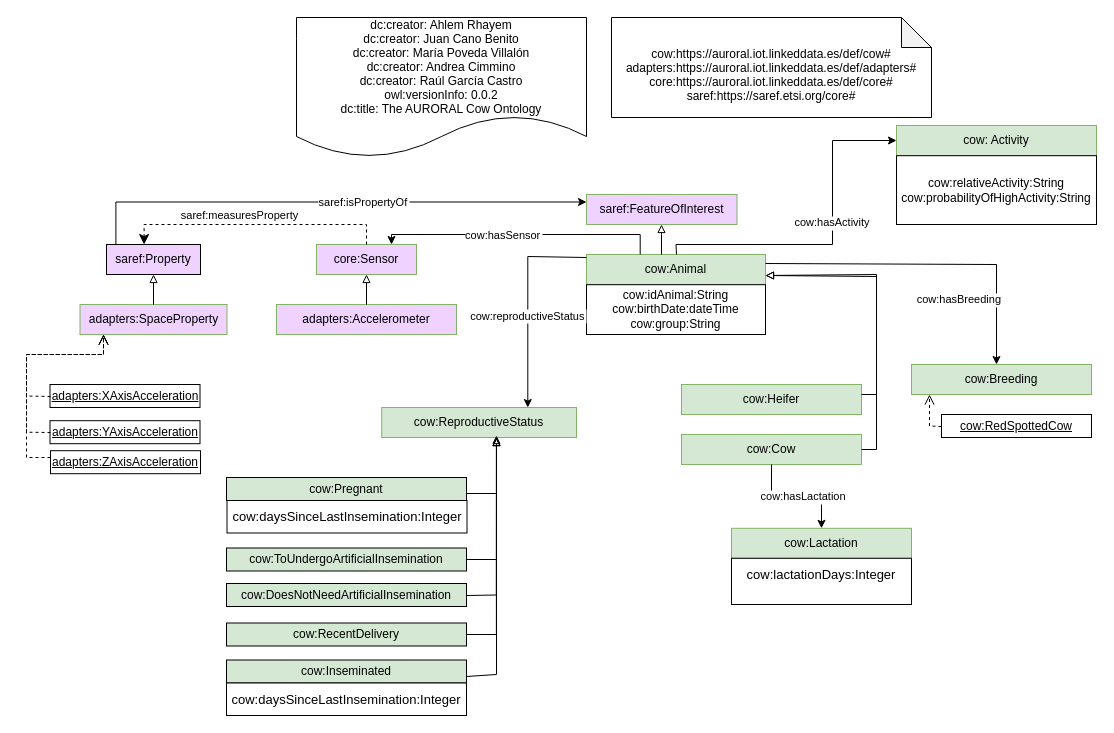
The draw.io diagram Diagram/CowItaly.drawio in oeg-upm/auroral-cow-ontology, before the edit. Source tidied: cells renumbered, new cells numbered last; positions are measured from the earlier drawing's top-left corner, leaving out a move shared by most shapes. Both pictures are drawn from the tidied source at 100%, with x=0, y=0 at pixel (26, 17).
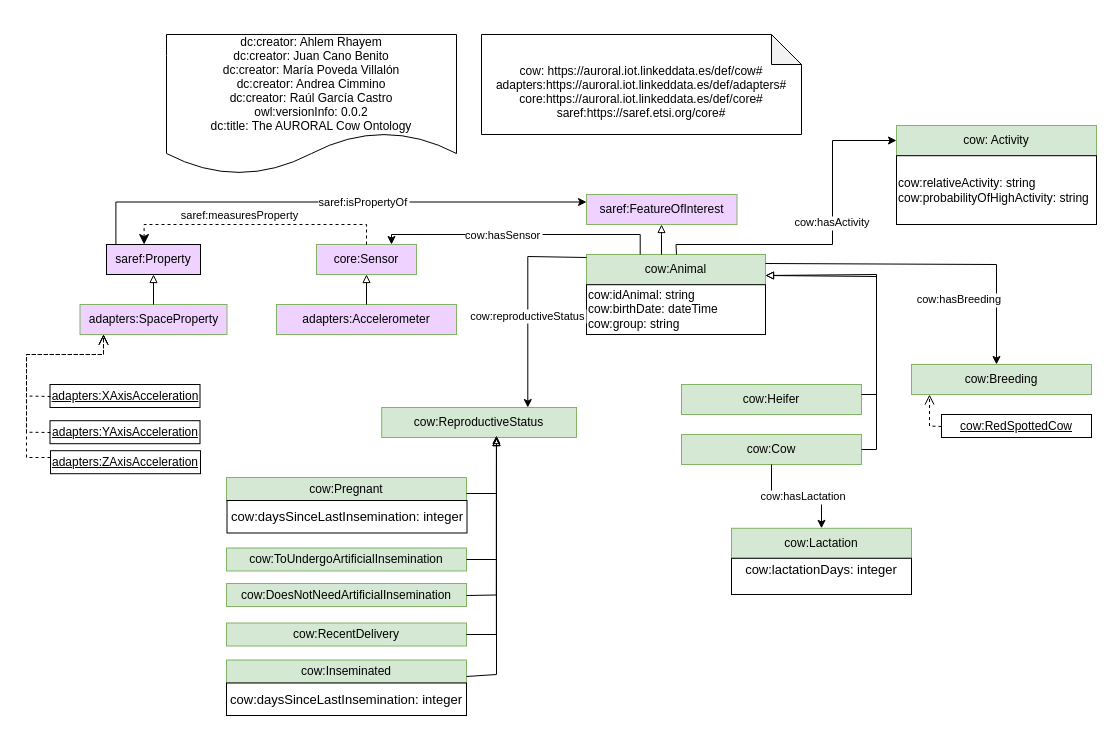
After the change.

What changed in the source:
```diff
@@
     <mxCell id="2" value="dc:creator: Ahlem Rhayem&#10;dc:creator: Juan Cano Benito&#10;dc:creator: María Poveda Villalón&#10;dc:creator: Andrea Cimmino&#10;dc:creator: Raúl García Castro&#10;owl:versionInfo: 0.0.2&#10;dc:title: The AURORAL Cow Ontology" style="shape=document;boundedLbl=1;" parent="1" vertex="1">
-      <mxGeometry x="270" width="290" height="140" as="geometry" />
+      <mxGeometry x="140" y="17" width="290" height="140" as="geometry" />
     </mxCell>
-    <mxCell id="3" value="&#10;cow:https://auroral.iot.linkeddata.es/def/cow#&#10;adapters:https://auroral.iot.linkeddata.es/def/adapters#&#10;core:https://auroral.iot.linkeddata.es/def/core#&#10;saref:https://saref.etsi.org/core#" style="shape=note;backgroundOutline=1;darkOpacity=0.05;" parent="1" vertex="1">
-      <mxGeometry x="585" width="320" height="100" as="geometry" />
+    <mxCell id="3" value="&#10;cow: https://auroral.iot.linkeddata.es/def/cow#&#10;adapters:https://auroral.iot.linkeddata.es/def/adapters#&#10;core:https://auroral.iot.linkeddata.es/def/core#&#10;saref:https://saref.etsi.org/core#" style="shape=note;backgroundOutline=1;darkOpacity=0.05;" parent="1" vertex="1">
+      <mxGeometry x="455" y="17" width="320" height="100" as="geometry" />
     </mxCell>
@@
-    <mxCell id="21" value="cow:idAnimal:String&lt;br&gt;cow:birthDate:dateTime&lt;br&gt;cow:group:String" style="rounded=0;whiteSpace=wrap;html=1;" parent="1" vertex="1">
+    <mxCell id="21" value="cow:idAnimal: string&lt;br&gt;cow:birthDate: dateTime&lt;br&gt;cow:group: string" style="rounded=0;whiteSpace=wrap;html=1;align=left;" parent="1" vertex="1">
       <mxGeometry x="560" y="267.2" width="179" height="49.8" as="geometry" />
     </mxCell>
@@
-    <mxCell id="28" value="cow:relativeActivity:String&lt;br&gt;cow:probabilityOfHighActivity:String" style="rounded=0;whiteSpace=wrap;html=1;" parent="1" vertex="1">
+    <mxCell id="28" value="cow:relativeActivity: string&lt;br&gt;cow:probabilityOfHighActivity: string" style="rounded=0;whiteSpace=wrap;html=1;align=left;" parent="1" vertex="1">
       <mxGeometry x="870" y="138.2" width="200" height="68.8" as="geometry" />
     </mxCell>
@@
-    <mxCell id="31" value="&lt;div style=&quot;text-align: left&quot;&gt;&lt;font face=&quot;arial&quot;&gt;&lt;span style=&quot;font-size: 13px ; background-color: rgb(255 , 255 , 255)&quot;&gt;cow:lactationDays:Integer&lt;/span&gt;&lt;/font&gt;&lt;/div&gt;&lt;div style=&quot;text-align: left&quot;&gt;&lt;br&gt;&lt;/div&gt;" style="rounded=0;whiteSpace=wrap;html=1;" parent="1" vertex="1">
-      <mxGeometry x="705" y="540.8" width="180" height="46.2" as="geometry" />
+    <mxCell id="31" value="&lt;div style=&quot;text-align: left&quot;&gt;&lt;font face=&quot;arial&quot;&gt;&lt;span style=&quot;font-size: 13px ; background-color: rgb(255 , 255 , 255)&quot;&gt;cow:lactationDays: integer&lt;/span&gt;&lt;/font&gt;&lt;/div&gt;&lt;div style=&quot;text-align: left&quot;&gt;&lt;br&gt;&lt;/div&gt;" style="rounded=0;whiteSpace=wrap;html=1;" parent="1" vertex="1">
+      <mxGeometry x="705" y="540.8" width="180" height="36.2" as="geometry" />
     </mxCell>
@@
-    <mxCell id="33" value="&lt;div&gt;&lt;span&gt;cow:ReproductiveStatus&lt;/span&gt;&lt;/div&gt;" style="rounded=0;whiteSpace=wrap;html=1;fillColor=#D5E8D4;strokeColor=#82b366;" parent="1" vertex="1">
+    <mxCell id="33" value="&lt;div&gt;&lt;span&gt;cow:ReproductiveStatus&lt;/span&gt;&lt;/div&gt;" style="rounded=0;whiteSpace=wrap;html=1;fillColor=#D5E8D4;strokeColor=#82B366;" parent="1" vertex="1">
       <mxGeometry x="355.2" y="390" width="194.8" height="30" as="geometry" />
     </mxCell>
@@
-    <mxCell id="37" value="cow:Pregnant" style="rounded=0;whiteSpace=wrap;html=1;snapToPoint=1;points=[[0.1,0],[0.2,0],[0.3,0],[0.4,0],[0.5,0],[0.6,0],[0.7,0],[0.8,0],[0.9,0],[0,0.1],[0,0.3],[0,0.5],[0,0.7],[0,0.9],[0.1,1],[0.2,1],[0.3,1],[0.4,1],[0.5,1],[0.6,1],[0.7,1],[0.8,1],[0.9,1],[1,0.1],[1,0.3],[1,0.5],[1,0.7],[1,0.9]];fillColor=#D5E8D4;" parent="1" vertex="1">
+    <mxCell id="37" value="cow:Pregnant" style="rounded=0;whiteSpace=wrap;html=1;snapToPoint=1;points=[[0.1,0],[0.2,0],[0.3,0],[0.4,0],[0.5,0],[0.6,0],[0.7,0],[0.8,0],[0.9,0],[0,0.1],[0,0.3],[0,0.5],[0,0.7],[0,0.9],[0.1,1],[0.2,1],[0.3,1],[0.4,1],[0.5,1],[0.6,1],[0.7,1],[0.8,1],[0.9,1],[1,0.1],[1,0.3],[1,0.5],[1,0.7],[1,0.9]];fillColor=#D5E8D4;strokeColor=#82B366;" parent="1" vertex="1">
       <mxGeometry x="200" y="460" width="240" height="23" as="geometry" />
     </mxCell>
-    <mxCell id="38" value="cow:ToUndergoArtificialInsemination" style="rounded=0;whiteSpace=wrap;html=1;snapToPoint=1;points=[[0.1,0],[0.2,0],[0.3,0],[0.4,0],[0.5,0],[0.6,0],[0.7,0],[0.8,0],[0.9,0],[0,0.1],[0,0.3],[0,0.5],[0,0.7],[0,0.9],[0.1,1],[0.2,1],[0.3,1],[0.4,1],[0.5,1],[0.6,1],[0.7,1],[0.8,1],[0.9,1],[1,0.1],[1,0.3],[1,0.5],[1,0.7],[1,0.9]];fillColor=#D5E8D4;" parent="1" vertex="1">
+    <mxCell id="38" value="cow:ToUndergoArtificialInsemination" style="rounded=0;whiteSpace=wrap;html=1;snapToPoint=1;points=[[0.1,0],[0.2,0],[0.3,0],[0.4,0],[0.5,0],[0.6,0],[0.7,0],[0.8,0],[0.9,0],[0,0.1],[0,0.3],[0,0.5],[0,0.7],[0,0.9],[0.1,1],[0.2,1],[0.3,1],[0.4,1],[0.5,1],[0.6,1],[0.7,1],[0.8,1],[0.9,1],[1,0.1],[1,0.3],[1,0.5],[1,0.7],[1,0.9]];fillColor=#D5E8D4;strokeColor=#82B366;" parent="1" vertex="1">
       <mxGeometry x="200" y="530.5" width="240" height="23" as="geometry" />
     </mxCell>
-    <mxCell id="39" value="cow:DoesNotNeedArtificialInsemination" style="rounded=0;whiteSpace=wrap;html=1;snapToPoint=1;points=[[0.1,0],[0.2,0],[0.3,0],[0.4,0],[0.5,0],[0.6,0],[0.7,0],[0.8,0],[0.9,0],[0,0.1],[0,0.3],[0,0.5],[0,0.7],[0,0.9],[0.1,1],[0.2,1],[0.3,1],[0.4,1],[0.5,1],[0.6,1],[0.7,1],[0.8,1],[0.9,1],[1,0.1],[1,0.3],[1,0.5],[1,0.7],[1,0.9]];fillColor=#D5E8D4;" parent="1" vertex="1">
+    <mxCell id="39" value="cow:DoesNotNeedArtificialInsemination" style="rounded=0;whiteSpace=wrap;html=1;snapToPoint=1;points=[[0.1,0],[0.2,0],[0.3,0],[0.4,0],[0.5,0],[0.6,0],[0.7,0],[0.8,0],[0.9,0],[0,0.1],[0,0.3],[0,0.5],[0,0.7],[0,0.9],[0.1,1],[0.2,1],[0.3,1],[0.4,1],[0.5,1],[0.6,1],[0.7,1],[0.8,1],[0.9,1],[1,0.1],[1,0.3],[1,0.5],[1,0.7],[1,0.9]];fillColor=#D5E8D4;strokeColor=#82B366;" parent="1" vertex="1">
       <mxGeometry x="200" y="566" width="240" height="23" as="geometry" />
     </mxCell>
@@
-    <mxCell id="43" value="cow:RecentDelivery" style="rounded=0;whiteSpace=wrap;html=1;snapToPoint=1;points=[[0.1,0],[0.2,0],[0.3,0],[0.4,0],[0.5,0],[0.6,0],[0.7,0],[0.8,0],[0.9,0],[0,0.1],[0,0.3],[0,0.5],[0,0.7],[0,0.9],[0.1,1],[0.2,1],[0.3,1],[0.4,1],[0.5,1],[0.6,1],[0.7,1],[0.8,1],[0.9,1],[1,0.1],[1,0.3],[1,0.5],[1,0.7],[1,0.9]];fillColor=#D5E8D4;" parent="1" vertex="1">
+    <mxCell id="43" value="cow:RecentDelivery" style="rounded=0;whiteSpace=wrap;html=1;snapToPoint=1;points=[[0.1,0],[0.2,0],[0.3,0],[0.4,0],[0.5,0],[0.6,0],[0.7,0],[0.8,0],[0.9,0],[0,0.1],[0,0.3],[0,0.5],[0,0.7],[0,0.9],[0.1,1],[0.2,1],[0.3,1],[0.4,1],[0.5,1],[0.6,1],[0.7,1],[0.8,1],[0.9,1],[1,0.1],[1,0.3],[1,0.5],[1,0.7],[1,0.9]];fillColor=#D5E8D4;strokeColor=#82B366;" parent="1" vertex="1">
       <mxGeometry x="200" y="605.5" width="240" height="23" as="geometry" />
     </mxCell>
-    <mxCell id="44" value="cow:Inseminated" style="rounded=0;whiteSpace=wrap;html=1;snapToPoint=1;points=[[0.1,0],[0.2,0],[0.3,0],[0.4,0],[0.5,0],[0.6,0],[0.7,0],[0.8,0],[0.9,0],[0,0.1],[0,0.3],[0,0.5],[0,0.7],[0,0.9],[0.1,1],[0.2,1],[0.3,1],[0.4,1],[0.5,1],[0.6,1],[0.7,1],[0.8,1],[0.9,1],[1,0.1],[1,0.3],[1,0.5],[1,0.7],[1,0.9]];fillColor=#D5E8D4;" parent="1" vertex="1">
+    <mxCell id="44" value="cow:Inseminated" style="rounded=0;whiteSpace=wrap;html=1;snapToPoint=1;points=[[0.1,0],[0.2,0],[0.3,0],[0.4,0],[0.5,0],[0.6,0],[0.7,0],[0.8,0],[0.9,0],[0,0.1],[0,0.3],[0,0.5],[0,0.7],[0,0.9],[0.1,1],[0.2,1],[0.3,1],[0.4,1],[0.5,1],[0.6,1],[0.7,1],[0.8,1],[0.9,1],[1,0.1],[1,0.3],[1,0.5],[1,0.7],[1,0.9]];fillColor=#D5E8D4;strokeColor=#82B366;" parent="1" vertex="1">
       <mxGeometry x="200" y="642.5" width="240" height="23" as="geometry" />
     </mxCell>
-    <mxCell id="45" value="&lt;div style=&quot;text-align: left&quot;&gt;&lt;font face=&quot;arial&quot;&gt;&lt;span style=&quot;font-size: 13px ; background-color: rgb(255 , 255 , 255)&quot;&gt;cow:daysSinceLastInsemination:Integer&lt;/span&gt;&lt;/font&gt;&lt;/div&gt;" style="rounded=0;whiteSpace=wrap;html=1;" parent="1" vertex="1">
+    <mxCell id="45" value="&lt;div style=&quot;text-align: left&quot;&gt;&lt;font face=&quot;arial&quot;&gt;&lt;span style=&quot;font-size: 13px ; background-color: rgb(255 , 255 , 255)&quot;&gt;cow:daysSinceLastInsemination: integer&lt;/span&gt;&lt;/font&gt;&lt;/div&gt;" style="rounded=0;whiteSpace=wrap;html=1;" parent="1" vertex="1">
       <mxGeometry x="200" y="665.5" width="240" height="32.5" as="geometry" />
     </mxCell>
@@
-    <mxCell id="51" value="&lt;div style=&quot;text-align: left&quot;&gt;&lt;font face=&quot;arial&quot;&gt;&lt;span style=&quot;font-size: 13px ; background-color: rgb(255 , 255 , 255)&quot;&gt;cow:daysSinceLastInsemination:Integer&lt;/span&gt;&lt;/font&gt;&lt;/div&gt;" style="rounded=0;whiteSpace=wrap;html=1;" parent="1" vertex="1">
+    <mxCell id="51" value="&lt;div style=&quot;text-align: left&quot;&gt;&lt;font face=&quot;arial&quot;&gt;&lt;span style=&quot;font-size: 13px ; background-color: rgb(255 , 255 , 255)&quot;&gt;cow:daysSinceLastInsemination: integer&lt;/span&gt;&lt;/font&gt;&lt;/div&gt;" style="rounded=0;whiteSpace=wrap;html=1;" parent="1" vertex="1">
       <mxGeometry x="200.5" y="483" width="240" height="32.5" as="geometry" />
     </mxCell>
```
